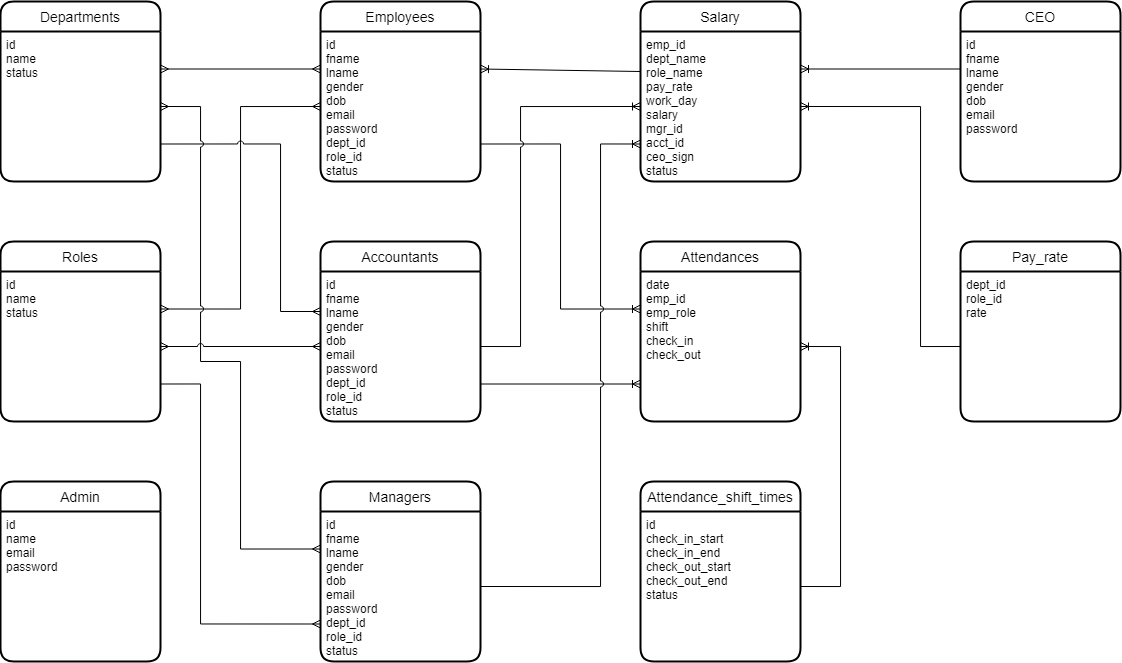
Above: documents/so_do_thuc_the.png in hydra029/laravel_web (draw.io), before the change. Source tidied: cells renumbered, new cells last; positions are measured from the earlier drawing's top-left corner, leaving out a move shared by most shapes.
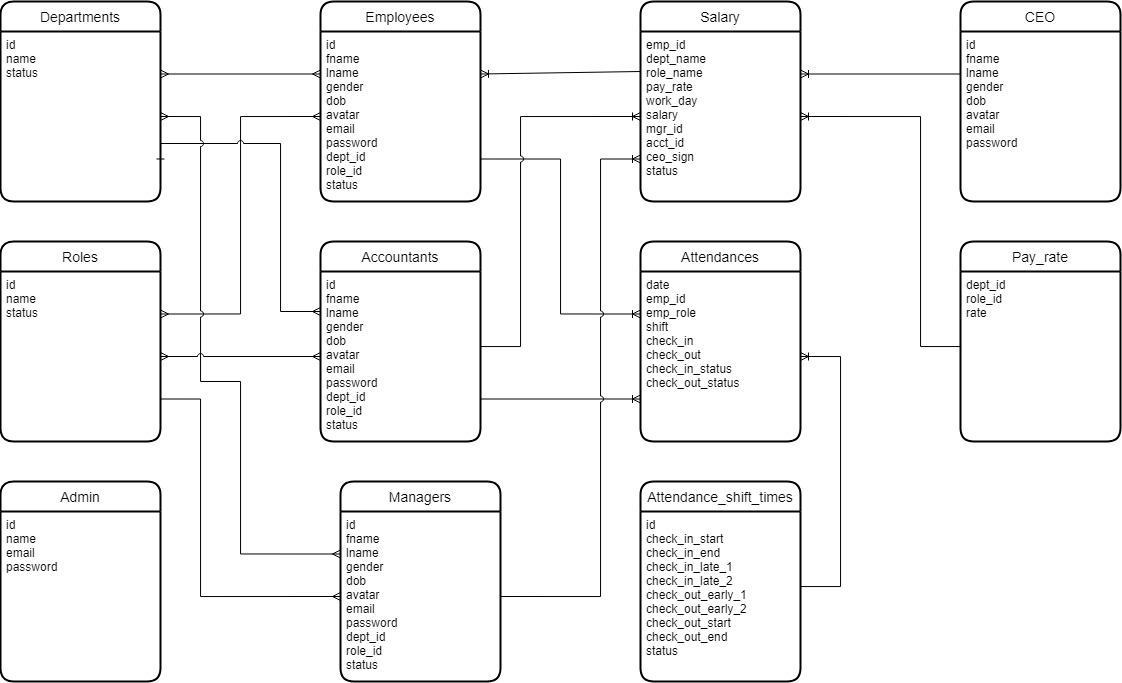
The same file after the commit.

What changed in the source:
```diff
@@ -3,40 +3,40 @@
     <mxCell id="0" />
     <mxCell id="1" parent="0" />
     <mxCell id="2" value="Employees" style="swimlane;horizontal=1;startSize=30;rounded=1;fontSize=14;fontStyle=0;strokeWidth=2;shadow=0;dashed=0;align=center;" parent="1" vertex="1">
-      <mxGeometry x="320" width="160" height="180" as="geometry" />
+      <mxGeometry x="320" width="160" height="200" as="geometry" />
     </mxCell>
-    <mxCell id="3" value="id&#10;fname&#10;lname&#10;gender&#10;dob&#10;email&#10;password&#10;dept_id&#10;role_id&#10;status" style="align=left;strokeColor=none;fillColor=none;spacingLeft=4;fontSize=12;verticalAlign=top;" parent="2" vertex="1">
-      <mxGeometry y="30" width="160" height="150" as="geometry" />
+    <mxCell id="3" value="id&#10;fname&#10;lname&#10;gender&#10;dob&#10;avatar&#10;email&#10;password&#10;dept_id&#10;role_id&#10;status" style="align=left;strokeColor=none;fillColor=none;spacingLeft=4;fontSize=12;verticalAlign=top;" parent="2" vertex="1">
+      <mxGeometry y="30" width="160" height="170" as="geometry" />
     </mxCell>
     <mxCell id="4" value="Roles" style="swimlane;horizontal=1;startSize=30;rounded=1;fontSize=14;fontStyle=0;strokeWidth=2;shadow=0;dashed=0;align=center;" parent="1" vertex="1">
-      <mxGeometry y="240" width="160" height="180" as="geometry" />
+      <mxGeometry y="240" width="160" height="200" as="geometry" />
     </mxCell>
     <mxCell id="5" value="id&#10;name&#10;status&#10;" style="align=left;strokeColor=none;fillColor=none;spacingLeft=4;fontSize=12;verticalAlign=top;" parent="4" vertex="1">
-      <mxGeometry y="30" width="160" height="150" as="geometry" />
+      <mxGeometry y="30" width="160" height="170" as="geometry" />
     </mxCell>
     <mxCell id="6" value="Departments" style="swimlane;horizontal=1;startSize=30;rounded=1;fontSize=14;fontStyle=0;strokeWidth=2;shadow=0;dashed=0;align=center;" parent="1" vertex="1">
-      <mxGeometry width="160" height="180" as="geometry" />
+      <mxGeometry width="160" height="200" as="geometry" />
     </mxCell>
     <mxCell id="7" value="id&#10;name&#10;status" style="align=left;strokeColor=none;fillColor=none;spacingLeft=4;fontSize=12;verticalAlign=top;" parent="6" vertex="1">
-      <mxGeometry y="30" width="160" height="150" as="geometry" />
+      <mxGeometry y="30" width="160" height="170" as="geometry" />
     </mxCell>
     <mxCell id="8" value="Attendances" style="swimlane;horizontal=1;startSize=30;rounded=1;fontSize=14;fontStyle=0;strokeWidth=2;shadow=0;dashed=0;align=center;" parent="1" vertex="1">
-      <mxGeometry x="640" y="240" width="160" height="180" as="geometry" />
+      <mxGeometry x="640" y="240" width="160" height="200" as="geometry" />
     </mxCell>
-    <mxCell id="9" value="date&#10;emp_id&#10;emp_role&#10;shift&#10;check_in&#10;check_out" style="align=left;strokeColor=none;fillColor=none;spacingLeft=4;fontSize=12;verticalAlign=top;" parent="8" vertex="1">
-      <mxGeometry y="30" width="160" height="150" as="geometry" />
+    <mxCell id="9" value="date&#10;emp_id&#10;emp_role&#10;shift&#10;check_in&#10;check_out&#10;check_in_status&#10;check_out_status&#10;" style="align=left;strokeColor=none;fillColor=none;spacingLeft=4;fontSize=12;verticalAlign=top;" parent="8" vertex="1">
+      <mxGeometry y="30" width="160" height="170" as="geometry" />
     </mxCell>
     <mxCell id="10" value="Pay_rate" style="swimlane;horizontal=1;startSize=30;rounded=1;fontSize=14;fontStyle=0;strokeWidth=2;shadow=0;dashed=0;align=center;" parent="1" vertex="1">
-      <mxGeometry x="960" y="240" width="160" height="180" as="geometry" />
+      <mxGeometry x="960" y="240" width="160" height="200" as="geometry" />
     </mxCell>
     <mxCell id="11" value="dept_id&#10;role_id&#10;rate&#10;" style="align=left;strokeColor=none;fillColor=none;spacingLeft=4;fontSize=12;verticalAlign=top;" parent="10" vertex="1">
-      <mxGeometry y="30" width="160" height="150" as="geometry" />
+      <mxGeometry y="30" width="160" height="170" as="geometry" />
     </mxCell>
     <mxCell id="12" value="Salary" style="swimlane;horizontal=1;startSize=30;rounded=1;fontSize=14;fontStyle=0;strokeWidth=2;shadow=0;dashed=0;align=center;" parent="1" vertex="1">
-      <mxGeometry x="640" width="160" height="180" as="geometry" />
+      <mxGeometry x="640" width="160" height="200" as="geometry" />
     </mxCell>
     <mxCell id="13" value="emp_id&#10;dept_name&#10;role_name&#10;pay_rate&#10;work_day&#10;salary&#10;mgr_id&#10;acct_id&#10;ceo_sign&#10;status" style="align=left;strokeColor=none;fillColor=none;spacingLeft=4;fontSize=12;verticalAlign=top;" parent="12" vertex="1">
-      <mxGeometry y="30" width="160" height="150" as="geometry" />
+      <mxGeometry y="30" width="160" height="170" as="geometry" />
     </mxCell>
     <mxCell id="14" style="fontSize=12;html=1;endArrow=ERmany;startArrow=ERmany;rounded=0;entryX=0;entryY=0.25;entryDx=0;entryDy=0;exitX=1;exitY=0.25;exitDx=0;exitDy=0;edgeStyle=orthogonalEdgeStyle;" parent="1" edge="1" source="7" target="3">
       <mxGeometry relative="1" as="geometry" />
@@ -48,22 +48,22 @@
       <mxGeometry relative="1" as="geometry" />
     </mxCell>
     <mxCell id="17" value="Admin" style="swimlane;horizontal=1;startSize=30;rounded=1;fontSize=14;fontStyle=0;strokeWidth=2;shadow=0;dashed=0;align=center;" parent="1" vertex="1">
-      <mxGeometry y="480" width="160" height="180" as="geometry" />
+      <mxGeometry y="480" width="160" height="200" as="geometry" />
     </mxCell>
     <mxCell id="18" value="id&#10;name&#10;email&#10;password&#10;&#10;" style="align=left;strokeColor=none;fillColor=none;spacingLeft=4;fontSize=12;verticalAlign=top;" parent="17" vertex="1">
-      <mxGeometry y="30" width="160" height="150" as="geometry" />
+      <mxGeometry y="30" width="160" height="170" as="geometry" />
     </mxCell>
     <mxCell id="19" value="Managers" style="swimlane;horizontal=1;startSize=30;rounded=1;fontSize=14;fontStyle=0;strokeWidth=2;shadow=0;dashed=0;align=center;" parent="1" vertex="1">
-      <mxGeometry x="320" y="480" width="160" height="180" as="geometry" />
+      <mxGeometry x="340" y="480" width="160" height="200" as="geometry" />
     </mxCell>
-    <mxCell id="20" value="id&#10;fname&#10;lname&#10;gender&#10;dob&#10;email&#10;password&#10;dept_id&#10;role_id&#10;status&#10;" style="align=left;strokeColor=none;fillColor=none;spacingLeft=4;fontSize=12;verticalAlign=top;" parent="19" vertex="1">
-      <mxGeometry y="30" width="160" height="150" as="geometry" />
+    <mxCell id="20" value="id&#10;fname&#10;lname&#10;gender&#10;dob&#10;avatar&#10;email&#10;password&#10;dept_id&#10;role_id&#10;status&#10;" style="align=left;strokeColor=none;fillColor=none;spacingLeft=4;fontSize=12;verticalAlign=top;" parent="19" vertex="1">
+      <mxGeometry y="30" width="160" height="170" as="geometry" />
     </mxCell>
     <mxCell id="21" value="CEO" style="swimlane;horizontal=1;startSize=30;rounded=1;fontSize=14;fontStyle=0;strokeWidth=2;shadow=0;dashed=0;align=center;" parent="1" vertex="1">
-      <mxGeometry x="960" width="160" height="180" as="geometry" />
+      <mxGeometry x="960" width="160" height="200" as="geometry" />
     </mxCell>
-    <mxCell id="22" value="id&#10;fname&#10;lname&#10;gender&#10;dob&#10;email&#10;password&#10;" style="align=left;strokeColor=none;fillColor=none;spacingLeft=4;fontSize=12;verticalAlign=top;" parent="21" vertex="1">
-      <mxGeometry y="30" width="160" height="150" as="geometry" />
+    <mxCell id="22" value="id&#10;fname&#10;lname&#10;gender&#10;dob&#10;avatar&#10;email&#10;password&#10;" style="align=left;strokeColor=none;fillColor=none;spacingLeft=4;fontSize=12;verticalAlign=top;" parent="21" vertex="1">
+      <mxGeometry y="30" width="160" height="170" as="geometry" />
     </mxCell>
     <mxCell id="23" style="fontSize=12;html=1;endArrow=ERoneToMany;rounded=0;exitX=0;exitY=0.25;exitDx=0;exitDy=0;entryX=1;entryY=0.25;entryDx=0;entryDy=0;" parent="1" edge="1" source="22" target="13">
       <mxGeometry relative="1" as="geometry" />
@@ -76,55 +76,59 @@
     <mxCell id="25" style="edgeStyle=orthogonalEdgeStyle;fontSize=12;html=1;endArrow=ERoneToMany;rounded=0;exitX=0;exitY=0.5;exitDx=0;exitDy=0;entryX=1;entryY=0.5;entryDx=0;entryDy=0;" parent="1" edge="1" source="11" target="13">
       <mxGeometry relative="1" as="geometry">
         <Array as="points">
+          <mxPoint x="960" y="345" />
           <mxPoint x="920" y="345" />
-          <mxPoint x="920" y="105" />
+          <mxPoint x="920" y="115" />
         </Array>
       </mxGeometry>
     </mxCell>
     <mxCell id="26" value="Accountants" style="swimlane;horizontal=1;startSize=30;rounded=1;fontSize=14;fontStyle=0;strokeWidth=2;shadow=0;dashed=0;align=center;" parent="1" vertex="1">
-      <mxGeometry x="320" y="240" width="160" height="180" as="geometry" />
+      <mxGeometry x="320" y="240" width="160" height="200" as="geometry" />
     </mxCell>
-    <mxCell id="27" value="id&#10;fname&#10;lname&#10;gender&#10;dob&#10;email&#10;password&#10;dept_id&#10;role_id&#10;status&#10;" style="align=left;strokeColor=none;fillColor=none;spacingLeft=4;fontSize=12;verticalAlign=top;" parent="26" vertex="1">
-      <mxGeometry y="30" width="160" height="150" as="geometry" />
+    <mxCell id="27" value="id&#10;fname&#10;lname&#10;gender&#10;dob&#10;avatar&#10;email&#10;password&#10;dept_id&#10;role_id&#10;status&#10;" style="align=left;strokeColor=none;fillColor=none;spacingLeft=4;fontSize=12;verticalAlign=top;" parent="26" vertex="1">
+      <mxGeometry y="30" width="160" height="170" as="geometry" />
     </mxCell>
     <mxCell id="28" style="edgeStyle=orthogonalEdgeStyle;fontSize=12;html=1;endArrow=ERoneToMany;rounded=0;entryX=0;entryY=0.5;entryDx=0;entryDy=0;exitX=1;exitY=0.5;exitDx=0;exitDy=0;jumpStyle=arc;" parent="1" edge="1" source="27" target="13">
       <mxGeometry relative="1" as="geometry">
         <Array as="points">
+          <mxPoint x="480" y="345" />
           <mxPoint x="520" y="345" />
-          <mxPoint x="520" y="105" />
+          <mxPoint x="520" y="115" />
         </Array>
       </mxGeometry>
     </mxCell>
     <mxCell id="29" value="Attendance_shift_times" style="swimlane;horizontal=1;startSize=30;rounded=1;fontSize=14;fontStyle=0;strokeWidth=2;shadow=0;dashed=0;align=center;" parent="1" vertex="1">
-      <mxGeometry x="640" y="480" width="160" height="180" as="geometry" />
+      <mxGeometry x="640" y="480" width="160" height="200" as="geometry" />
     </mxCell>
-    <mxCell id="30" value="id&#10;check_in_start&#10;check_in_end&#10;check_out_start&#10;check_out_end&#10;status" style="align=left;strokeColor=none;fillColor=none;spacingLeft=4;fontSize=12;verticalAlign=top;" parent="29" vertex="1">
-      <mxGeometry y="30" width="160" height="150" as="geometry" />
+    <mxCell id="30" value="id&#10;check_in_start&#10;check_in_end&#10;check_in_late_1&#10;check_in_late_2&#10;check_out_early_1&#10;check_out_early_2&#10;check_out_start&#10;check_out_end&#10;status" style="align=left;strokeColor=none;fillColor=none;spacingLeft=4;fontSize=12;verticalAlign=top;" parent="29" vertex="1">
+      <mxGeometry y="30" width="160" height="170" as="geometry" />
     </mxCell>
-    <mxCell id="31" style="fontSize=12;html=1;endArrow=ERoneToMany;rounded=0;exitX=1;exitY=0.5;exitDx=0;exitDy=0;entryX=1;entryY=0.5;entryDx=0;entryDy=0;edgeStyle=orthogonalEdgeStyle;" parent="1" edge="1" source="30" target="9">
+    <mxCell id="31" style="fontSize=12;html=1;endArrow=ERoneToMany;rounded=0;exitX=1;exitY=0.5;exitDx=0;exitDy=0;edgeStyle=orthogonalEdgeStyle;" parent="1" edge="1" source="30">
       <mxGeometry relative="1" as="geometry">
+        <mxPoint x="800" y="355" as="targetPoint" />
         <Array as="points">
+          <mxPoint x="800" y="585" />
           <mxPoint x="840" y="585" />
-          <mxPoint x="840" y="345" />
+          <mxPoint x="840" y="355" />
         </Array>
       </mxGeometry>
     </mxCell>
     <mxCell id="32" style="fontSize=12;html=1;endArrow=ERoneToMany;rounded=0;exitX=1;exitY=0.75;exitDx=0;exitDy=0;entryX=0;entryY=0.75;entryDx=0;entryDy=0;edgeStyle=orthogonalEdgeStyle;" parent="1" edge="1" source="27" target="9">
       <mxGeometry relative="1" as="geometry" />
     </mxCell>
-    <mxCell id="33" style="edgeStyle=orthogonalEdgeStyle;fontSize=12;html=1;endArrow=ERmany;startArrow=baseDash;rounded=0;exitX=1;exitY=0.75;exitDx=0;exitDy=0;entryX=0;entryY=0.75;entryDx=0;entryDy=0;startFill=0;" parent="1" edge="1" source="5" target="20">
+    <mxCell id="33" style="edgeStyle=orthogonalEdgeStyle;fontSize=12;html=1;endArrow=ERmany;startArrow=baseDash;rounded=0;exitX=1;exitY=0.75;exitDx=0;exitDy=0;entryX=0;entryY=0.5;entryDx=0;entryDy=0;startFill=0;" parent="1" edge="1" source="5" target="20">
       <mxGeometry relative="1" as="geometry">
         <Array as="points">
-          <mxPoint x="200" y="382" />
-          <mxPoint x="200" y="622" />
+          <mxPoint x="200" y="398" />
+          <mxPoint x="200" y="595" />
         </Array>
       </mxGeometry>
     </mxCell>
     <mxCell id="34" style="fontSize=12;html=1;endArrow=ERoneToMany;rounded=0;exitX=1;exitY=0.5;exitDx=0;exitDy=0;entryX=0;entryY=0.75;entryDx=0;entryDy=0;edgeStyle=orthogonalEdgeStyle;jumpStyle=arc;" parent="1" edge="1" source="20" target="13">
       <mxGeometry relative="1" as="geometry">
         <Array as="points">
-          <mxPoint x="600" y="585" />
-          <mxPoint x="600" y="142" />
+          <mxPoint x="600" y="595" />
+          <mxPoint x="600" y="158" />
         </Array>
       </mxGeometry>
     </mxCell>
@@ -141,10 +145,10 @@
     <mxCell id="36" style="edgeStyle=orthogonalEdgeStyle;fontSize=12;html=1;endArrow=ERmany;startArrow=ERmany;rounded=0;entryX=0;entryY=0.25;entryDx=0;entryDy=0;exitX=1;exitY=0.5;exitDx=0;exitDy=0;jumpStyle=arc;" parent="1" edge="1" source="7" target="20">
       <mxGeometry relative="1" as="geometry">
         <Array as="points">
-          <mxPoint x="200" y="105" />
-          <mxPoint x="200" y="360" />
-          <mxPoint x="240" y="360" />
-          <mxPoint x="240" y="548" />
+          <mxPoint x="200" y="115" />
+          <mxPoint x="200" y="380" />
+          <mxPoint x="240" y="380" />
+          <mxPoint x="240" y="552" />
         </Array>
       </mxGeometry>
     </mxCell>
```
